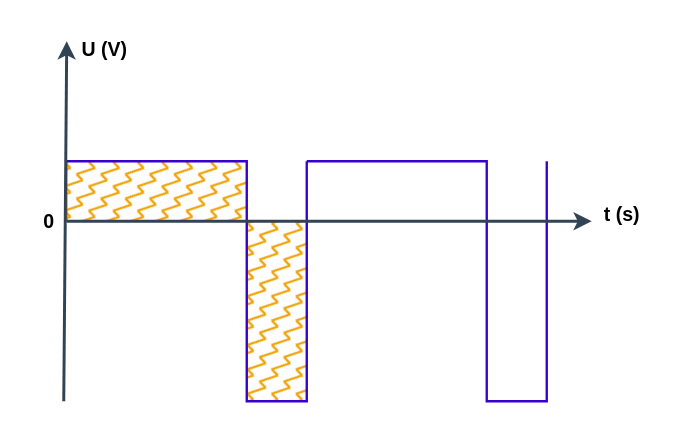
Before: page "tension alternative" (3 of 4) of signaux.drawio in G-Boronad/diagrams, a draw.io diagram. Source tidied: cells renumbered, new cells numbered last; positions are measured from the earlier drawing's top-left corner, leaving out a move shared by most shapes. Both pictures are drawn from the tidied source at 150%, with x=0, y=0 at pixel (26, 26).
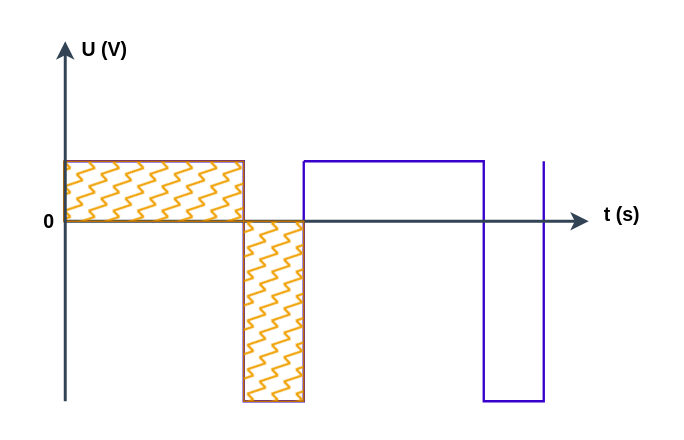
Above is the later version.

Commit message:
Mettre à jour signaux.drawio

The edit, as a diff of the source:
```diff
@@
-    <mxCell id="2" style="group;" parent="1" vertex="1">
-      <mxGeometry x="27" y="90" width="160" height="160" as="geometry" />
-    </mxCell>
-    <mxCell id="3" style="group;fillColor=default;" parent="2" vertex="1">
-      <mxGeometry width="160" height="160" as="geometry" />
-    </mxCell>
-    <mxCell id="4" style="rounded=0;whiteSpace=wrap;html=1;fillColor=#f0a30a;fontColor=#000000;strokeColor=#BD7000;fillStyle=zigzag-line;" parent="2" vertex="1">
-      <mxGeometry x="120" y="40" width="40" height="120" as="geometry" />
-    </mxCell>
-    <mxCell id="5" style="rounded=0;whiteSpace=wrap;html=1;fillColor=#f0a30a;fontColor=#000000;strokeColor=#BD7000;fillStyle=zigzag-line;" parent="2" vertex="1">
-      <mxGeometry width="120" height="40" as="geometry" />
-    </mxCell>
     <mxCell id="6" style="group;" parent="1" vertex="1">
-      <mxGeometry x="27" y="90" width="320" height="160" as="geometry" />
+      <mxGeometry x="25" y="90" width="320" height="160" as="geometry" />
     </mxCell>
@@
+    <mxCell id="14" style="group;" parent="6" vertex="1">
+      <mxGeometry width="160" height="160" as="geometry" />
+    </mxCell>
+    <mxCell id="4" style="rounded=0;whiteSpace=wrap;html=1;fillColor=#f0a30a;fontColor=#000000;strokeColor=#BD7000;fillStyle=zigzag-line;" parent="14" vertex="1">
+      <mxGeometry x="120" y="40" width="40" height="120" as="geometry" />
+    </mxCell>
+    <mxCell id="5" style="rounded=0;whiteSpace=wrap;html=1;fillColor=#f0a30a;fontColor=#000000;strokeColor=#BD7000;fillStyle=zigzag-line;" parent="14" vertex="1">
+      <mxGeometry width="120" height="40" as="geometry" />
+    </mxCell>
     <mxCell id="10" style="endArrow=none;startArrow=classic;html=1;rounded=0;strokeWidth=1.9685;fillColor=#647687;strokeColor=#314354;startFill=1;" parent="1" edge="1">
       <mxGeometry relative="1" as="geometry">
-        <mxPoint x="27" y="10" as="sourcePoint" />
-        <mxPoint x="25" y="250" as="targetPoint" />
+        <mxPoint x="26" y="10" as="sourcePoint" />
+        <mxPoint x="26" y="250" as="targetPoint" />
       </mxGeometry>
     </mxCell>
```
